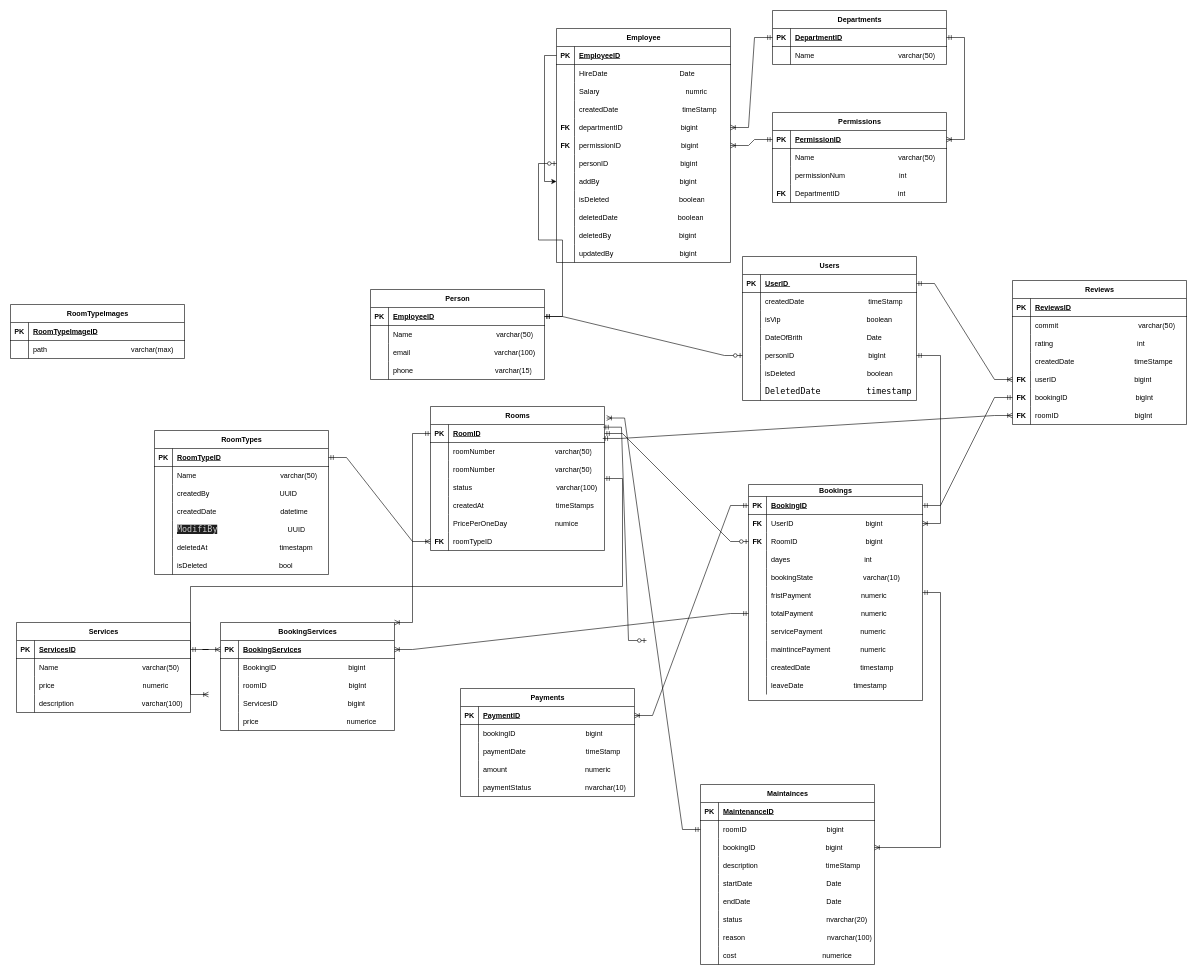
Earlier version of the draw.io diagram hote_design_erd.drawio (Abdullah2100/full_stack_hotel). Source tidied: cells renumbered, new cells numbered last; positions are measured from the earlier drawing's top-left corner, leaving out a move shared by most shapes. Both pictures are drawn from the tidied source at 60%, with x=0, y=0 at pixel (10, 10).
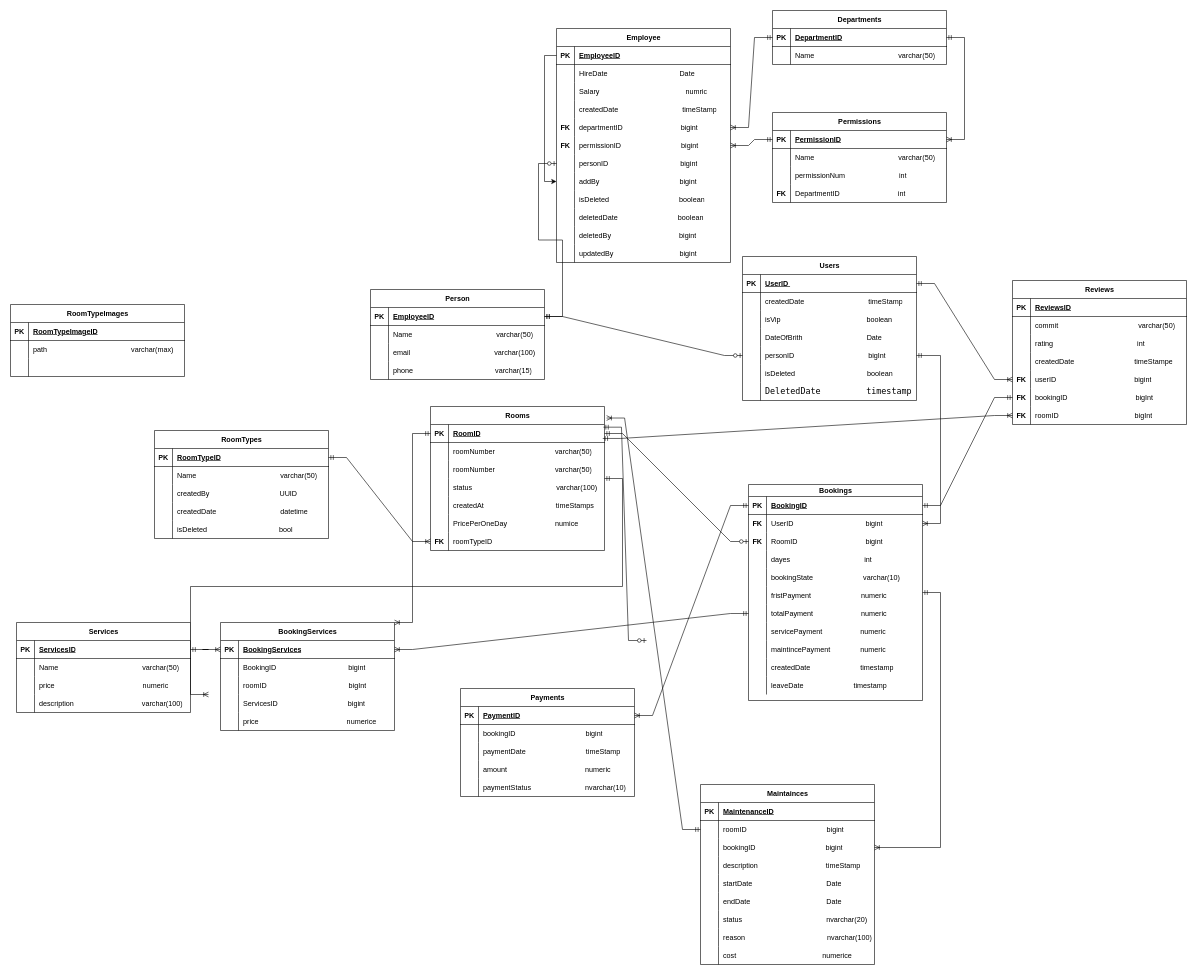
After the change.

What changed in the source:
```diff
@@
     <mxCell id="121" value="RoomTypes" style="shape=table;startSize=30;childLayout=tableLayout;rowLines=0;fontStyle=1;align=center;html=1;" parent="1" vertex="1">
-      <mxGeometry x="240" y="700" width="290" height="240" as="geometry" />
+      <mxGeometry x="240" y="700" width="290" height="180" as="geometry" />
     </mxCell>
@@
-    <mxCell id="134" style="shape=tableRow;horizontal=0;startSize=0;swimlaneHead=0;swimlaneBody=0;fillColor=none;top=0;left=0;right=0;bottom=0;" parent="121" vertex="1">
-      <mxGeometry y="150" width="290" height="30" as="geometry" />
-    </mxCell>
-    <mxCell id="135" style="shape=partialRectangle;fillColor=none;top=0;left=0;bottom=0;right=0;overflow=hidden;whiteSpace=wrap;html=1;" parent="134" vertex="1">
-      <mxGeometry width="30" height="30" as="geometry" />
-    </mxCell>
-    <mxCell id="136" value="&lt;span style=&quot;background-color: rgb(31, 31, 31); color: rgb(204, 204, 204); font-family: &amp;quot;Droid Sans Mono&amp;quot;, &amp;quot;monospace&amp;quot;, monospace; font-size: 14px; white-space: pre;&quot;&gt;ModifiBy&lt;/span&gt;&amp;nbsp; &amp;nbsp; &amp;nbsp; &amp;nbsp; &amp;nbsp; &amp;nbsp; &amp;nbsp; &amp;nbsp; &amp;nbsp; &amp;nbsp; &amp;nbsp; &amp;nbsp; &amp;nbsp; &amp;nbsp; &amp;nbsp; &amp;nbsp; &amp;nbsp; &amp;nbsp;UUID" style="shape=partialRectangle;fillColor=none;top=0;left=0;bottom=0;right=0;align=left;spacingLeft=6;overflow=hidden;whiteSpace=wrap;html=1;" parent="134" vertex="1">
-      <mxGeometry x="30" width="260" height="30" as="geometry" />
-    </mxCell>
-    <mxCell id="137" style="shape=tableRow;horizontal=0;startSize=0;swimlaneHead=0;swimlaneBody=0;fillColor=none;top=0;left=0;right=0;bottom=0;" parent="121" vertex="1">
-      <mxGeometry y="180" width="290" height="30" as="geometry" />
-    </mxCell>
-    <mxCell id="138" style="shape=partialRectangle;fillColor=none;top=0;left=0;bottom=0;right=0;overflow=hidden;whiteSpace=wrap;html=1;" parent="137" vertex="1">
-      <mxGeometry width="30" height="30" as="geometry" />
-    </mxCell>
-    <mxCell id="139" value="deletedAt&amp;nbsp; &amp;nbsp; &amp;nbsp; &amp;nbsp; &amp;nbsp; &amp;nbsp; &amp;nbsp; &amp;nbsp; &amp;nbsp; &amp;nbsp; &amp;nbsp; &amp;nbsp; &amp;nbsp; &amp;nbsp; &amp;nbsp; &amp;nbsp; &amp;nbsp; &amp;nbsp; timestapm" style="shape=partialRectangle;fillColor=none;top=0;left=0;bottom=0;right=0;align=left;spacingLeft=6;overflow=hidden;whiteSpace=wrap;html=1;" parent="137" vertex="1">
-      <mxGeometry x="30" width="260" height="30" as="geometry" />
-    </mxCell>
     <mxCell id="140" style="shape=tableRow;horizontal=0;startSize=0;swimlaneHead=0;swimlaneBody=0;fillColor=none;top=0;left=0;right=0;bottom=0;" parent="121" vertex="1">
-      <mxGeometry y="210" width="290" height="30" as="geometry" />
+      <mxGeometry y="150" width="290" height="30" as="geometry" />
     </mxCell>
@@
     <mxCell id="287" value="RoomTypeImages" style="shape=table;startSize=30;childLayout=tableLayout;rowLines=0;fontStyle=1;align=center;html=1;" parent="1" vertex="1">
-      <mxGeometry y="490" width="290" height="90" as="geometry" />
+      <mxGeometry y="490" width="290" height="120" as="geometry" />
     </mxCell>
@@
+    <mxCell id="294" style="shape=tableRow;horizontal=0;startSize=0;swimlaneHead=0;swimlaneBody=0;fillColor=none;top=0;left=0;right=0;bottom=0;" parent="287" vertex="1">
+      <mxGeometry y="90" width="290" height="30" as="geometry" />
+    </mxCell>
+    <mxCell id="295" style="shape=partialRectangle;fillColor=none;top=0;left=0;bottom=0;right=0;overflow=hidden;whiteSpace=wrap;html=1;" parent="294" vertex="1">
+      <mxGeometry width="30" height="30" as="geometry" />
+    </mxCell>
+    <mxCell id="296" style="shape=partialRectangle;fillColor=none;top=0;left=0;bottom=0;right=0;align=left;spacingLeft=6;overflow=hidden;whiteSpace=wrap;html=1;" parent="294" vertex="1">
+      <mxGeometry x="30" width="260" height="30" as="geometry" />
+    </mxCell>
```
